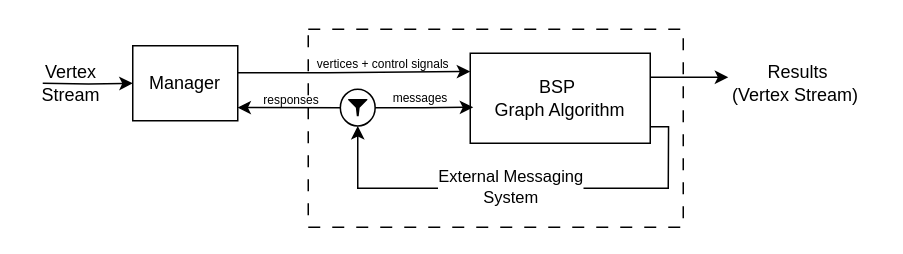
Above: page "BSP" (3 of 10) of All execution models.drawio in komzy/FlinkPregelPaper (draw.io), before the change. Source tidied: cells renumbered, new cells numbered last; positions are measured from the earlier drawing's top-left corner, leaving out a move shared by most shapes. Both pictures are drawn from the tidied source at 150%, with x=0, y=0 at pixel (26, 28).
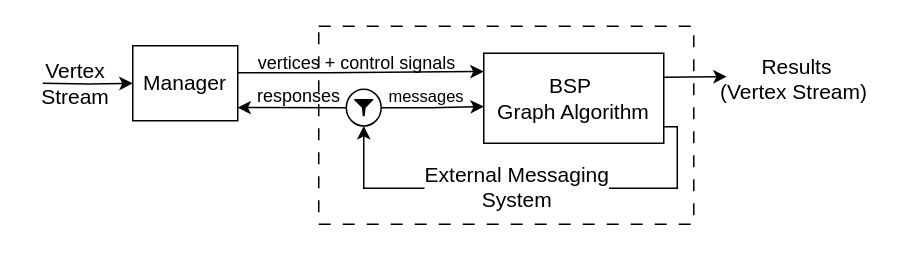
The same diagram, later.

Unchanged cells that the change refers to:
```xml
<mxCell id="16" style="ellipse;whiteSpace=wrap;html=1;fillColor=none;" parent="14" vertex="1">
  <mxGeometry width="23.2" height="24.5" as="geometry" />
</mxCell>
```

Diff of the diagram source:
```diff
@@
     <mxCell id="2" style="rounded=0;whiteSpace=wrap;html=1;fillColor=none;dashed=1;dashPattern=8 8;" parent="1" vertex="1">
-      <mxGeometry x="188" width="250" height="132" as="geometry" />
+      <mxGeometry x="195" y="-2" width="250" height="132" as="geometry" />
     </mxCell>
@@
-    <mxCell id="4" value="BSP&amp;nbsp;&lt;div&gt;Graph Algorithm&lt;/div&gt;" style="rounded=0;whiteSpace=wrap;html=1;" parent="1" vertex="1">
-      <mxGeometry x="296" y="16" width="120" height="60" as="geometry" />
-    </mxCell>
     <mxCell id="5" style="endArrow=classic;html=1;rounded=0;curved=0;exitX=1;exitY=0.666;exitDx=0;exitDy=0;exitPerimeter=0;strokeColor=default;entryX=0.5;entryY=1;entryDx=0;entryDy=0;" parent="1" edge="1" target="16">
       <mxGeometry relative="1" as="geometry">
-        <mxPoint x="416.2" y="65" as="sourcePoint" />
+        <mxPoint x="422.2" y="65" as="sourcePoint" />
         <Array as="points">
-          <mxPoint x="428.2" y="65" />
-          <mxPoint x="428" y="106" />
-          <mxPoint x="221" y="106" />
+          <mxPoint x="434" y="65" />
+          <mxPoint x="434" y="82" />
+          <mxPoint x="434" y="106" />
+          <mxPoint x="225" y="106" />
         </Array>
       </mxGeometry>
     </mxCell>
-    <mxCell id="6" value="External Messaging&lt;div&gt;System&lt;/div&gt;" style="edgeLabel;html=1;align=center;verticalAlign=middle;" parent="5" vertex="1">
+    <mxCell id="6" value="&lt;font style=&quot;font-size: 14px;&quot;&gt;External Messaging&lt;/font&gt;&lt;div&gt;&lt;font style=&quot;font-size: 14px;&quot;&gt;System&lt;/font&gt;&lt;/div&gt;" style="edgeLabel;html=1;align=center;verticalAlign=middle;fontSize=12;" parent="5" vertex="1">
       <mxGeometry x="-0.03" y="1" relative="1" as="geometry">
         <mxPoint x="-13" y="-3" as="offset" />
       </mxGeometry>
     </mxCell>
     <mxCell id="7" style="endArrow=classic;html=1;rounded=0;" parent="1" edge="1">
       <mxGeometry relative="1" as="geometry">
-        <mxPoint x="416" y="32" as="sourcePoint" />
-        <mxPoint x="468" y="32" as="targetPoint" />
+        <mxPoint x="425" y="32" as="sourcePoint" />
+        <mxPoint x="467" y="31.6" as="targetPoint" />
       </mxGeometry>
     </mxCell>
-    <mxCell id="8" value="&amp;nbsp;Results&lt;div&gt;(Vertex Stream)&lt;/div&gt;" style="text;html=1;whiteSpace=wrap;strokeColor=none;fillColor=none;align=center;verticalAlign=middle;rounded=0;" parent="1" vertex="1">
-      <mxGeometry x="458" y="16" width="110" height="40" as="geometry" />
+    <mxCell id="8" value="&amp;nbsp;Results&lt;div&gt;(Vertex Stream)&lt;/div&gt;" style="text;html=1;whiteSpace=wrap;strokeColor=none;fillColor=none;align=center;verticalAlign=middle;rounded=0;fontSize=14;" parent="1" vertex="1">
+      <mxGeometry x="457" y="13" width="110" height="40" as="geometry" />
     </mxCell>
-    <mxCell id="9" value="Vertex Stream" style="text;html=1;whiteSpace=wrap;strokeColor=none;fillColor=none;align=center;verticalAlign=middle;rounded=0;" parent="1" vertex="1">
-      <mxGeometry y="21" width="60" height="30" as="geometry" />
+    <mxCell id="9" value="Vertex Stream" style="text;html=1;whiteSpace=wrap;strokeColor=none;fillColor=none;align=center;verticalAlign=middle;rounded=0;fontSize=14;" parent="1" vertex="1">
+      <mxGeometry x="3" y="21" width="60" height="30" as="geometry" />
     </mxCell>
@@
-    <mxCell id="11" value="Manager" style="rounded=0;whiteSpace=wrap;html=1;" parent="1" vertex="1">
+    <mxCell id="11" value="Manager" style="rounded=0;whiteSpace=wrap;html=1;fontSize=14;" parent="1" vertex="1">
       <mxGeometry x="71" y="11" width="70" height="50" as="geometry" />
     </mxCell>
-    <mxCell id="12" value="&lt;font style=&quot;font-size: 8px;&quot;&gt;messages&lt;/font&gt;" style="text;html=1;whiteSpace=wrap;strokeColor=none;fillColor=none;align=center;verticalAlign=middle;rounded=0;" parent="1" vertex="1">
-      <mxGeometry x="236" y="40" width="54" height="10" as="geometry" />
+    <mxCell id="12" value="&lt;font&gt;messages&lt;/font&gt;" style="text;html=1;whiteSpace=wrap;strokeColor=none;fillColor=none;align=center;verticalAlign=middle;rounded=0;fontSize=11;" parent="1" vertex="1">
+      <mxGeometry x="240" y="40" width="54" height="10" as="geometry" />
     </mxCell>
-    <mxCell id="13" value="&lt;font style=&quot;font-size: 8px;&quot;&gt;&amp;nbsp;&lt;span style=&quot;background-color: transparent; color: light-dark(rgb(0, 0, 0), rgb(255, 255, 255));&quot;&gt;vertices + control&amp;nbsp;&lt;/span&gt;&lt;/font&gt;&lt;span style=&quot;background-color: transparent; color: light-dark(rgb(0, 0, 0), rgb(255, 255, 255)); font-size: 8px;&quot;&gt;signals&lt;/span&gt;" style="text;html=1;whiteSpace=wrap;strokeColor=none;fillColor=none;align=center;verticalAlign=middle;rounded=0;" parent="1" vertex="1">
-      <mxGeometry x="182" y="5" width="110" height="34" as="geometry" />
+    <mxCell id="13" value="&lt;font&gt;&amp;nbsp;&lt;span style=&quot;background-color: transparent; color: light-dark(rgb(0, 0, 0), rgb(255, 255, 255));&quot;&gt;vertices + control&amp;nbsp;&lt;/span&gt;&lt;/font&gt;&lt;span style=&quot;background-color: transparent; color: light-dark(rgb(0, 0, 0), rgb(255, 255, 255));&quot;&gt;signals&lt;/span&gt;" style="text;html=1;whiteSpace=wrap;strokeColor=none;fillColor=none;align=center;verticalAlign=middle;rounded=0;fontSize=12;" parent="1" vertex="1">
+      <mxGeometry x="140" y="6" width="158" height="34" as="geometry" />
     </mxCell>
     <mxCell id="14" style="group;" parent="1" vertex="1">
-      <mxGeometry x="209.4" y="40" width="23.2" height="24.5" as="geometry" />
+      <mxGeometry x="213.4" y="40" width="23.2" height="24.5" as="geometry" />
     </mxCell>
@@
-    <mxCell id="17" style="edgeStyle=orthogonalEdgeStyle;rounded=0;jettySize=auto;html=1;exitX=1;exitY=0.5;exitDx=0;exitDy=0;" parent="1" edge="1" source="16">
-      <mxGeometry relative="1" as="geometry">
-        <mxPoint x="298" y="52" as="targetPoint" />
-      </mxGeometry>
+    <mxCell id="17" style="edgeStyle=orthogonalEdgeStyle;rounded=0;jettySize=auto;html=1;exitX=1;exitY=0.5;exitDx=0;exitDy=0;entryX=0.001;entryY=0.592;entryDx=0;entryDy=0;entryPerimeter=0;" parent="1" edge="1" source="16" target="4">
+      <mxGeometry relative="1" as="geometry" />
     </mxCell>
@@
-    <mxCell id="19" value="&lt;font style=&quot;font-size: 8px;&quot;&gt;responses&lt;/font&gt;" style="text;html=1;whiteSpace=wrap;strokeColor=none;fillColor=none;align=center;verticalAlign=middle;rounded=0;" parent="1" vertex="1">
-      <mxGeometry x="150.4" y="41" width="54" height="10" as="geometry" />
+    <mxCell id="19" value="&lt;font&gt;responses&lt;/font&gt;" style="text;html=1;whiteSpace=wrap;strokeColor=none;fillColor=none;align=center;verticalAlign=middle;rounded=0;fontSize=12;" parent="1" vertex="1">
+      <mxGeometry x="155.4" y="40" width="54" height="10" as="geometry" />
     </mxCell>
+    <mxCell id="4" value="BSP&amp;nbsp;&lt;div&gt;Graph Algorithm&lt;/div&gt;" style="rounded=0;whiteSpace=wrap;html=1;fontSize=14;" parent="1" vertex="1">
+      <mxGeometry x="305" y="16" width="120" height="60" as="geometry" />
+    </mxCell>
```
